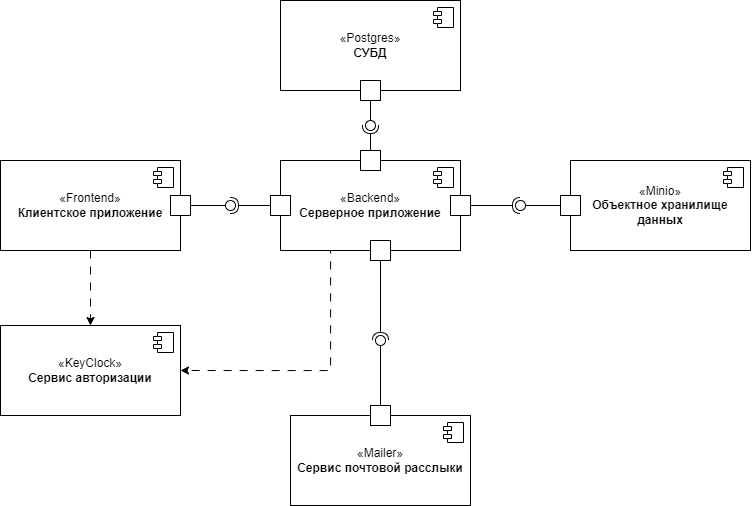
Above: Диаграмма компонентов.drawio.png in agrowein/flexoffice_docs (draw.io), before the change. Source tidied: cells renumbered, new cells last; positions are measured from the earlier drawing's top-left corner, leaving out a move shared by most shapes. Source of this version:
```xml
<mxGraphModel>
  <root>
    <mxCell id="0" />
    <mxCell id="1" parent="0" />
    <mxCell id="2" style="edgeStyle=orthogonalEdgeStyle;rounded=0;jettySize=auto;html=1;dashed=1;dashPattern=8 8;" parent="1" edge="1" source="3" target="12">
      <mxGeometry relative="1" as="geometry" />
    </mxCell>
    <mxCell id="3" value="«Frontend»&lt;br&gt;&lt;b&gt;Клиентское приложение&lt;/b&gt;" style="html=1;whiteSpace=wrap;" parent="1" vertex="1">
      <mxGeometry y="160" width="180" height="90" as="geometry" />
    </mxCell>
    <mxCell id="4" style="shape=module;jettyWidth=8;jettyHeight=4;" parent="3" vertex="1">
      <mxGeometry x="1" width="20" height="20" relative="1" as="geometry">
        <mxPoint x="-27" y="7" as="offset" />
      </mxGeometry>
    </mxCell>
    <mxCell id="5" style="edgeStyle=orthogonalEdgeStyle;rounded=0;jettySize=auto;html=1;entryX=1;entryY=0.5;entryDx=0;entryDy=0;dashed=1;dashPattern=8 8;exitX=0.25;exitY=1;exitDx=0;exitDy=0;" parent="1" edge="1" source="6" target="12">
      <mxGeometry relative="1" as="geometry">
        <Array as="points">
          <mxPoint x="330" y="250" />
          <mxPoint x="330" y="370" />
        </Array>
      </mxGeometry>
    </mxCell>
    <mxCell id="6" value="«Backend»&lt;br&gt;&lt;b&gt;Серверное приложение&lt;/b&gt;" style="html=1;whiteSpace=wrap;" parent="1" vertex="1">
      <mxGeometry x="280" y="160" width="180" height="90" as="geometry" />
    </mxCell>
    <mxCell id="7" style="shape=module;jettyWidth=8;jettyHeight=4;" parent="6" vertex="1">
      <mxGeometry x="1" width="20" height="20" relative="1" as="geometry">
        <mxPoint x="-27" y="7" as="offset" />
      </mxGeometry>
    </mxCell>
    <mxCell id="8" value="«Minio»&lt;br&gt;&lt;b&gt;Объектное хранилище данных&lt;/b&gt;" style="html=1;whiteSpace=wrap;" parent="1" vertex="1">
      <mxGeometry x="570" y="160" width="180" height="90" as="geometry" />
    </mxCell>
    <mxCell id="9" style="shape=module;jettyWidth=8;jettyHeight=4;" parent="8" vertex="1">
      <mxGeometry x="1" width="20" height="20" relative="1" as="geometry">
        <mxPoint x="-27" y="7" as="offset" />
      </mxGeometry>
    </mxCell>
    <mxCell id="10" value="«Postgres»&lt;br&gt;&lt;b&gt;СУБД&lt;/b&gt;" style="html=1;whiteSpace=wrap;" parent="1" vertex="1">
      <mxGeometry x="280" width="180" height="90" as="geometry" />
    </mxCell>
    <mxCell id="11" style="shape=module;jettyWidth=8;jettyHeight=4;" parent="10" vertex="1">
      <mxGeometry x="1" width="20" height="20" relative="1" as="geometry">
        <mxPoint x="-27" y="7" as="offset" />
      </mxGeometry>
    </mxCell>
    <mxCell id="12" value="«KeyClock»&lt;br&gt;&lt;b&gt;Сервис авторизации&lt;/b&gt;" style="html=1;whiteSpace=wrap;" parent="1" vertex="1">
      <mxGeometry y="325" width="180" height="90" as="geometry" />
    </mxCell>
    <mxCell id="13" style="shape=module;jettyWidth=8;jettyHeight=4;" parent="12" vertex="1">
      <mxGeometry x="1" width="20" height="20" relative="1" as="geometry">
        <mxPoint x="-27" y="7" as="offset" />
      </mxGeometry>
    </mxCell>
    <mxCell id="14" style="rounded=0;jettySize=auto;html=1;endArrow=halfCircle;endFill=0;endSize=6;strokeWidth=1;sketch=0;" parent="1" edge="1" source="19" target="16">
      <mxGeometry relative="1" as="geometry" />
    </mxCell>
    <mxCell id="15" style="rounded=0;jettySize=auto;html=1;endArrow=oval;endFill=0;sketch=0;sourcePerimeterSpacing=0;targetPerimeterSpacing=0;endSize=10;exitX=0.5;exitY=1;exitDx=0;exitDy=0;" parent="1" edge="1" source="10" target="16">
      <mxGeometry relative="1" as="geometry" />
    </mxCell>
    <mxCell id="16" style="ellipse;whiteSpace=wrap;html=1;align=center;fillColor=none;strokeColor=none;perimeter=centerPerimeter;points=[];outlineConnect=1;" parent="1" vertex="1">
      <mxGeometry x="365" y="120" width="10" height="10" as="geometry" />
    </mxCell>
    <mxCell id="17" style="whiteSpace=wrap;html=1;" parent="1" vertex="1">
      <mxGeometry x="360" y="80" width="20" height="20" as="geometry" />
    </mxCell>
    <mxCell id="18" style="rounded=0;jettySize=auto;html=1;endArrow=halfCircle;endFill=0;endSize=6;strokeWidth=1;sketch=0;" parent="1" edge="1" source="6" target="19">
      <mxGeometry relative="1" as="geometry" />
    </mxCell>
    <mxCell id="19" style="whiteSpace=wrap;html=1;" parent="1" vertex="1">
      <mxGeometry x="360" y="150" width="20" height="20" as="geometry" />
    </mxCell>
    <mxCell id="20" style="rounded=0;jettySize=auto;html=1;endArrow=halfCircle;endFill=0;endSize=6;strokeWidth=1;sketch=0;exitX=1;exitY=0.5;exitDx=0;exitDy=0;" parent="1" edge="1" source="24" target="22">
      <mxGeometry relative="1" as="geometry" />
    </mxCell>
    <mxCell id="21" style="rounded=0;jettySize=auto;html=1;endArrow=oval;endFill=0;sketch=0;sourcePerimeterSpacing=0;targetPerimeterSpacing=0;endSize=10;exitX=0;exitY=0.5;exitDx=0;exitDy=0;" parent="1" edge="1" source="8" target="22">
      <mxGeometry relative="1" as="geometry" />
    </mxCell>
    <mxCell id="22" style="ellipse;whiteSpace=wrap;html=1;align=center;fillColor=none;strokeColor=none;perimeter=centerPerimeter;points=[];outlineConnect=1;" parent="1" vertex="1">
      <mxGeometry x="515" y="200" width="10" height="10" as="geometry" />
    </mxCell>
    <mxCell id="23" style="rounded=0;jettySize=auto;html=1;endArrow=halfCircle;endFill=0;endSize=6;strokeWidth=1;sketch=0;exitX=1;exitY=0.5;exitDx=0;exitDy=0;" parent="1" edge="1" source="6" target="24">
      <mxGeometry relative="1" as="geometry" />
    </mxCell>
    <mxCell id="24" style="whiteSpace=wrap;html=1;" parent="1" vertex="1">
      <mxGeometry x="450" y="195" width="20" height="20" as="geometry" />
    </mxCell>
    <mxCell id="25" style="whiteSpace=wrap;html=1;" parent="1" vertex="1">
      <mxGeometry x="560" y="195" width="20" height="20" as="geometry" />
    </mxCell>
    <mxCell id="26" style="rounded=0;jettySize=auto;html=1;endArrow=halfCircle;endFill=0;endSize=6;strokeWidth=1;sketch=0;exitX=0;exitY=0.5;exitDx=0;exitDy=0;" parent="1" edge="1" source="6" target="28">
      <mxGeometry relative="1" as="geometry" />
    </mxCell>
    <mxCell id="27" style="rounded=0;jettySize=auto;html=1;endArrow=oval;endFill=0;sketch=0;sourcePerimeterSpacing=0;targetPerimeterSpacing=0;endSize=10;exitX=1;exitY=0.5;exitDx=0;exitDy=0;" parent="1" edge="1" source="30" target="28">
      <mxGeometry relative="1" as="geometry" />
    </mxCell>
    <mxCell id="28" style="ellipse;whiteSpace=wrap;html=1;align=center;fillColor=none;strokeColor=none;perimeter=centerPerimeter;points=[];outlineConnect=1;" parent="1" vertex="1">
      <mxGeometry x="225" y="200" width="10" height="10" as="geometry" />
    </mxCell>
    <mxCell id="29" style="rounded=0;jettySize=auto;html=1;endArrow=oval;endFill=0;sketch=0;sourcePerimeterSpacing=0;targetPerimeterSpacing=0;endSize=10;exitX=1;exitY=0.5;exitDx=0;exitDy=0;" parent="1" edge="1" source="3">
      <mxGeometry relative="1" as="geometry">
        <mxPoint x="180" y="210" as="targetPoint" />
      </mxGeometry>
    </mxCell>
    <mxCell id="30" style="whiteSpace=wrap;html=1;" parent="1" vertex="1">
      <mxGeometry x="170" y="195" width="20" height="20" as="geometry" />
    </mxCell>
    <mxCell id="31" style="whiteSpace=wrap;html=1;" parent="1" vertex="1">
      <mxGeometry x="270" y="195" width="20" height="20" as="geometry" />
    </mxCell>
    <mxCell id="32" value="«Mailer»&lt;br&gt;&lt;b&gt;Сервис почтовой расслыки&lt;/b&gt;" style="html=1;whiteSpace=wrap;" parent="1" vertex="1">
      <mxGeometry x="290" y="415" width="180" height="90" as="geometry" />
    </mxCell>
    <mxCell id="33" style="shape=module;jettyWidth=8;jettyHeight=4;" parent="32" vertex="1">
      <mxGeometry x="1" width="20" height="20" relative="1" as="geometry">
        <mxPoint x="-27" y="7" as="offset" />
      </mxGeometry>
    </mxCell>
    <mxCell id="34" style="rounded=0;orthogonalLoop=1;jettySize=auto;html=1;endArrow=halfCircle;endFill=0;endSize=6;strokeWidth=1;sketch=0;" parent="1" edge="1">
      <mxGeometry relative="1" as="geometry">
        <mxPoint x="380" y="250" as="sourcePoint" />
        <mxPoint x="380" y="340" as="targetPoint" />
      </mxGeometry>
    </mxCell>
    <mxCell id="35" style="rounded=0;jettySize=auto;html=1;endArrow=oval;endFill=0;sketch=0;sourcePerimeterSpacing=0;targetPerimeterSpacing=0;endSize=10;exitX=0.5;exitY=0;exitDx=0;exitDy=0;" parent="1" edge="1" source="32">
      <mxGeometry relative="1" as="geometry">
        <mxPoint x="380" y="340" as="targetPoint" />
      </mxGeometry>
    </mxCell>
    <mxCell id="36" style="ellipse;whiteSpace=wrap;html=1;align=center;fillColor=none;strokeColor=none;perimeter=centerPerimeter;" parent="1" vertex="1">
      <mxGeometry x="455" y="365" width="10" height="10" as="geometry" />
    </mxCell>
    <mxCell id="37" style="whiteSpace=wrap;html=1;" parent="1" vertex="1">
      <mxGeometry x="370" y="240" width="20" height="20" as="geometry" />
    </mxCell>
    <mxCell id="38" style="whiteSpace=wrap;html=1;" parent="1" vertex="1">
      <mxGeometry x="370" y="405" width="20" height="20" as="geometry" />
    </mxCell>
  </root>
</mxGraphModel>
```
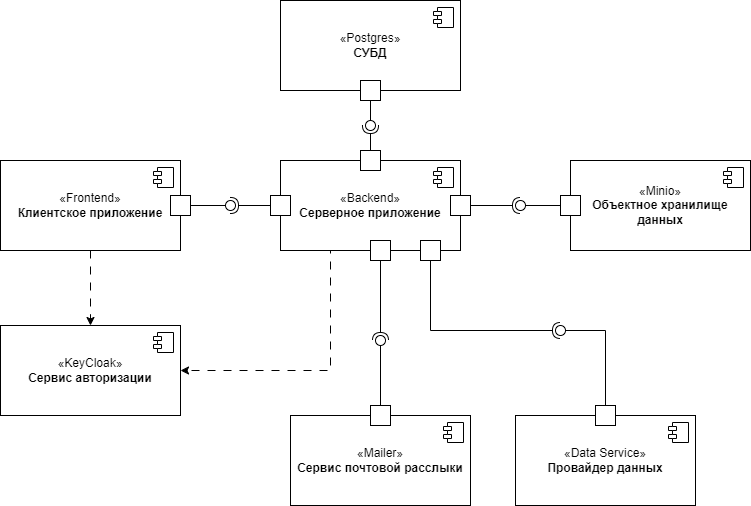
Above is the later version.

Change to the diagram source:
```diff
@@ -45,7 +45,7 @@
         <mxPoint x="-27" y="7" as="offset" />
       </mxGeometry>
     </mxCell>
-    <mxCell id="12" value="«KeyClock»&lt;br&gt;&lt;b&gt;Сервис авторизации&lt;/b&gt;" style="html=1;whiteSpace=wrap;" parent="1" vertex="1">
+    <mxCell id="12" value="«KeyCloak»&lt;br&gt;&lt;b&gt;Сервис авторизации&lt;/b&gt;" style="html=1;whiteSpace=wrap;" parent="1" vertex="1">
       <mxGeometry y="325" width="180" height="90" as="geometry" />
     </mxCell>
     <mxCell id="13" style="shape=module;jettyWidth=8;jettyHeight=4;" parent="12" vertex="1">
@@ -137,5 +137,36 @@
     <mxCell id="38" style="whiteSpace=wrap;html=1;" parent="1" vertex="1">
       <mxGeometry x="370" y="405" width="20" height="20" as="geometry" />
     </mxCell>
+    <mxCell id="39" value="«Data Service»&lt;br&gt;&lt;b&gt;Провайдер данных&lt;/b&gt;" style="html=1;whiteSpace=wrap;" parent="1" vertex="1">
+      <mxGeometry x="515" y="415" width="180" height="90" as="geometry" />
+    </mxCell>
+    <mxCell id="40" style="shape=module;jettyWidth=8;jettyHeight=4;" parent="39" vertex="1">
+      <mxGeometry x="1" width="20" height="20" relative="1" as="geometry">
+        <mxPoint x="-27" y="7" as="offset" />
+      </mxGeometry>
+    </mxCell>
+    <mxCell id="41" style="whiteSpace=wrap;html=1;" parent="1" vertex="1">
+      <mxGeometry x="595" y="405" width="20" height="20" as="geometry" />
+    </mxCell>
+    <mxCell id="42" style="whiteSpace=wrap;html=1;" parent="1" vertex="1">
+      <mxGeometry x="420" y="240" width="20" height="20" as="geometry" />
+    </mxCell>
+    <mxCell id="43" style="rounded=0;jettySize=auto;html=1;endArrow=halfCircle;endFill=0;endSize=6;strokeWidth=1;sketch=0;" parent="1" edge="1" source="42" target="45">
+      <mxGeometry relative="1" as="geometry">
+        <Array as="points">
+          <mxPoint x="430" y="330" />
+        </Array>
+      </mxGeometry>
+    </mxCell>
+    <mxCell id="44" style="rounded=0;jettySize=auto;html=1;endArrow=oval;endFill=0;sketch=0;sourcePerimeterSpacing=0;targetPerimeterSpacing=0;endSize=10;exitX=0.5;exitY=0;exitDx=0;exitDy=0;" parent="1" edge="1" source="41" target="45">
+      <mxGeometry relative="1" as="geometry">
+        <Array as="points">
+          <mxPoint x="605" y="330" />
+        </Array>
+      </mxGeometry>
+    </mxCell>
+    <mxCell id="45" style="ellipse;whiteSpace=wrap;html=1;align=center;fillColor=none;strokeColor=none;perimeter=centerPerimeter;points=[];outlineConnect=1;" parent="1" vertex="1">
+      <mxGeometry x="555" y="325" width="10" height="10" as="geometry" />
+    </mxCell>
   </root>
 </mxGraphModel>
```
